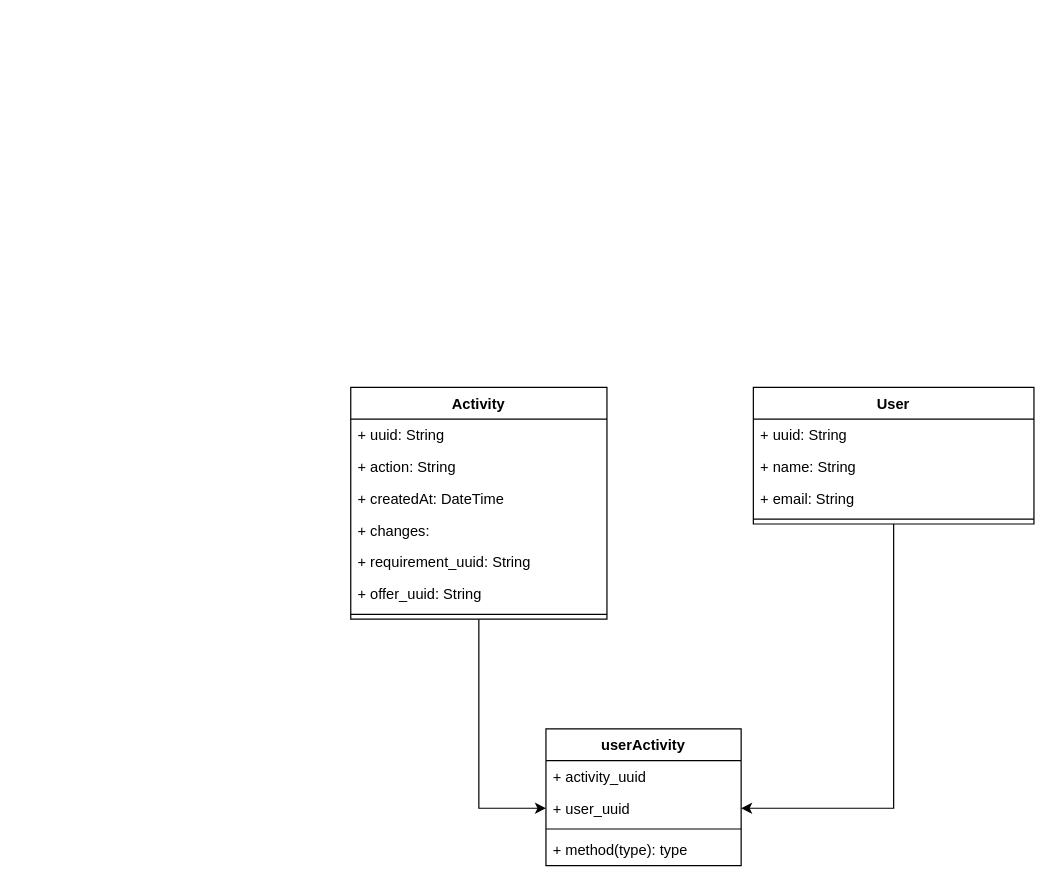
This is ActivitiesGLoem.drawio from LeloKarma/website, a draw.io file, before an edit. Source tidied: cells renumbered, new cells numbered last; positions are measured from the earlier drawing's top-left corner, leaving out a move shared by most shapes. Both pictures are drawn from the tidied source at 122%, with x=0, y=0 at pixel (350, 387).
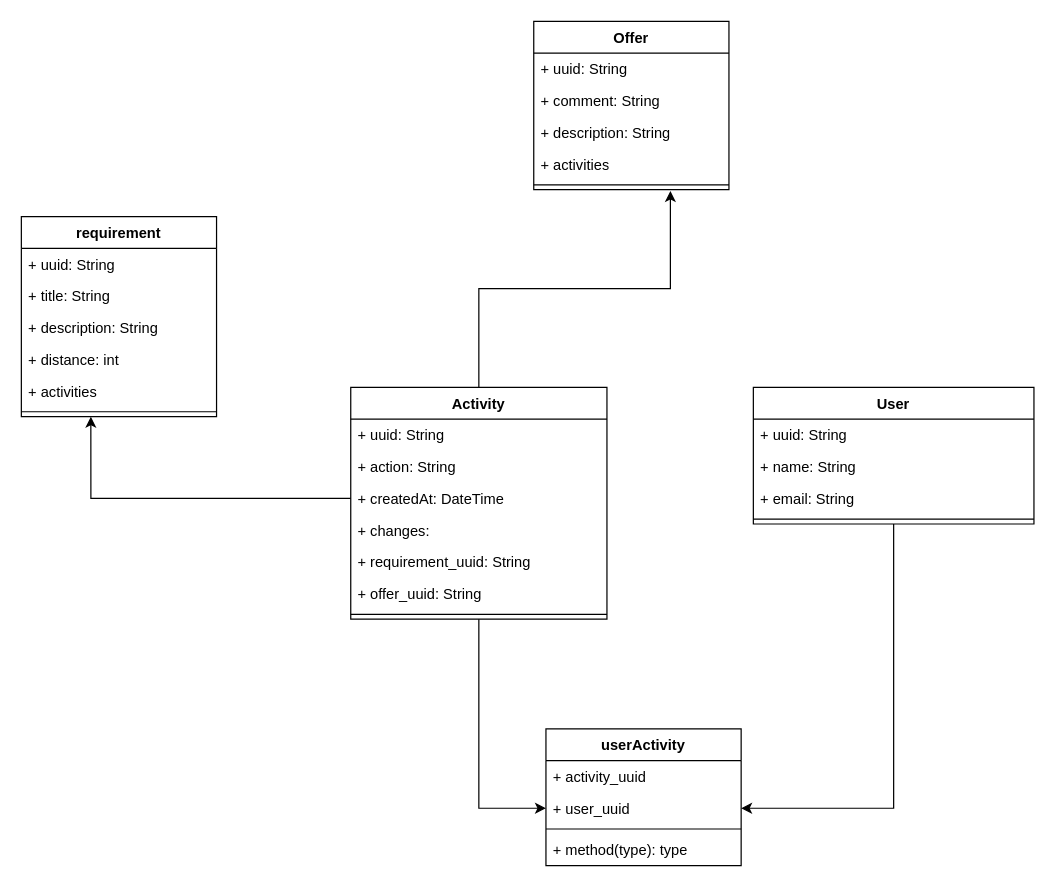
After the change.

The change refers to these unchanged cells:
```xml
<mxCell id="3" value="Activity" style="swimlane;fontStyle=1;align=center;verticalAlign=top;horizontal=1;startSize=26;whiteSpace=wrap;html=1;" parent="1" vertex="1">
  <mxGeometry width="210" height="190" as="geometry" />
</mxCell>
<mxCell id="6" value="+ createdAt: DateTime" style="text;strokeColor=none;fillColor=none;align=left;verticalAlign=top;spacingLeft=4;spacingRight=4;overflow=hidden;points=[[0,0.5],[1,0.5]];portConstraint=eastwest;whiteSpace=wrap;html=1;" parent="3" vertex="1">
  <mxGeometry y="78" width="210" height="26" as="geometry" />
</mxCell>
```

The edit, as a diff of the source:
```diff
@@
+    <mxCell id="22" value="requirement" style="swimlane;fontStyle=1;align=center;verticalAlign=top;horizontal=1;startSize=26;whiteSpace=wrap;html=1;" parent="1" vertex="1">
+      <mxGeometry x="-270" y="-140" width="160" height="164" as="geometry" />
+    </mxCell>
+    <mxCell id="23" value="+ uuid: String&amp;nbsp;" style="text;strokeColor=none;fillColor=none;align=left;verticalAlign=top;spacingLeft=4;spacingRight=4;overflow=hidden;whiteSpace=wrap;html=1;" parent="22" vertex="1">
+      <mxGeometry y="26" width="160" height="26" as="geometry" />
+    </mxCell>
+    <mxCell id="24" value="+ title: String&amp;nbsp;" style="text;strokeColor=none;fillColor=none;align=left;verticalAlign=top;spacingLeft=4;spacingRight=4;overflow=hidden;whiteSpace=wrap;html=1;" parent="22" vertex="1">
+      <mxGeometry y="52" width="160" height="26" as="geometry" />
+    </mxCell>
+    <mxCell id="25" value="+ description: String&amp;nbsp;" style="text;strokeColor=none;fillColor=none;align=left;verticalAlign=top;spacingLeft=4;spacingRight=4;overflow=hidden;whiteSpace=wrap;html=1;" parent="22" vertex="1">
+      <mxGeometry y="78" width="160" height="26" as="geometry" />
+    </mxCell>
+    <mxCell id="26" value="+ distance: int&amp;nbsp;" style="text;strokeColor=none;fillColor=none;align=left;verticalAlign=top;spacingLeft=4;spacingRight=4;overflow=hidden;whiteSpace=wrap;html=1;" parent="22" vertex="1">
+      <mxGeometry y="104" width="160" height="26" as="geometry" />
+    </mxCell>
+    <mxCell id="27" value="+ activities&amp;nbsp;" style="text;strokeColor=none;fillColor=none;align=left;verticalAlign=top;spacingLeft=4;spacingRight=4;overflow=hidden;whiteSpace=wrap;html=1;" parent="22" vertex="1">
+      <mxGeometry y="130" width="160" height="26" as="geometry" />
+    </mxCell>
+    <mxCell id="28" style="line;strokeWidth=1;fillColor=none;align=left;verticalAlign=middle;spacingTop=-1;spacingLeft=3;spacingRight=3;labelPosition=right;points=[];portConstraint=eastwest;strokeColor=inherit;" parent="22" vertex="1">
+      <mxGeometry y="156" width="160" height="8" as="geometry" />
+    </mxCell>
+    <mxCell id="29" value="Offer" style="swimlane;fontStyle=1;align=center;verticalAlign=top;horizontal=1;startSize=26;whiteSpace=wrap;html=1;" parent="1" vertex="1">
+      <mxGeometry x="150" y="-300" width="160" height="138" as="geometry" />
+    </mxCell>
+    <mxCell id="30" value="+ uuid: String" style="text;strokeColor=none;fillColor=none;align=left;verticalAlign=top;spacingLeft=4;spacingRight=4;overflow=hidden;whiteSpace=wrap;html=1;" parent="29" vertex="1">
+      <mxGeometry y="26" width="160" height="26" as="geometry" />
+    </mxCell>
+    <mxCell id="31" value="+ comment: String" style="text;strokeColor=none;fillColor=none;align=left;verticalAlign=top;spacingLeft=4;spacingRight=4;overflow=hidden;whiteSpace=wrap;html=1;" parent="29" vertex="1">
+      <mxGeometry y="52" width="160" height="26" as="geometry" />
+    </mxCell>
+    <mxCell id="32" value="+ description: String" style="text;strokeColor=none;fillColor=none;align=left;verticalAlign=top;spacingLeft=4;spacingRight=4;overflow=hidden;whiteSpace=wrap;html=1;" parent="29" vertex="1">
+      <mxGeometry y="78" width="160" height="26" as="geometry" />
+    </mxCell>
+    <mxCell id="33" value="+ activities" style="text;strokeColor=none;fillColor=none;align=left;verticalAlign=top;spacingLeft=4;spacingRight=4;overflow=hidden;whiteSpace=wrap;html=1;" parent="29" vertex="1">
+      <mxGeometry y="104" width="160" height="26" as="geometry" />
+    </mxCell>
+    <mxCell id="34" style="line;strokeWidth=1;fillColor=none;align=left;verticalAlign=middle;spacingTop=-1;spacingLeft=3;spacingRight=3;labelPosition=right;points=[];portConstraint=eastwest;strokeColor=inherit;" parent="29" vertex="1">
+      <mxGeometry y="130" width="160" height="8" as="geometry" />
+    </mxCell>
+    <mxCell id="35" style="edgeStyle=orthogonalEdgeStyle;rounded=0;jettySize=auto;html=1;entryX=0.356;entryY=1;entryDx=0;entryDy=0;entryPerimeter=0;" parent="1" edge="1" source="6" target="28">
+      <mxGeometry relative="1" as="geometry" />
+    </mxCell>
+    <mxCell id="36" style="edgeStyle=orthogonalEdgeStyle;rounded=0;jettySize=auto;html=1;entryX=0.7;entryY=1.125;entryDx=0;entryDy=0;entryPerimeter=0;" parent="1" edge="1" source="3" target="34">
+      <mxGeometry relative="1" as="geometry" />
+    </mxCell>
```
